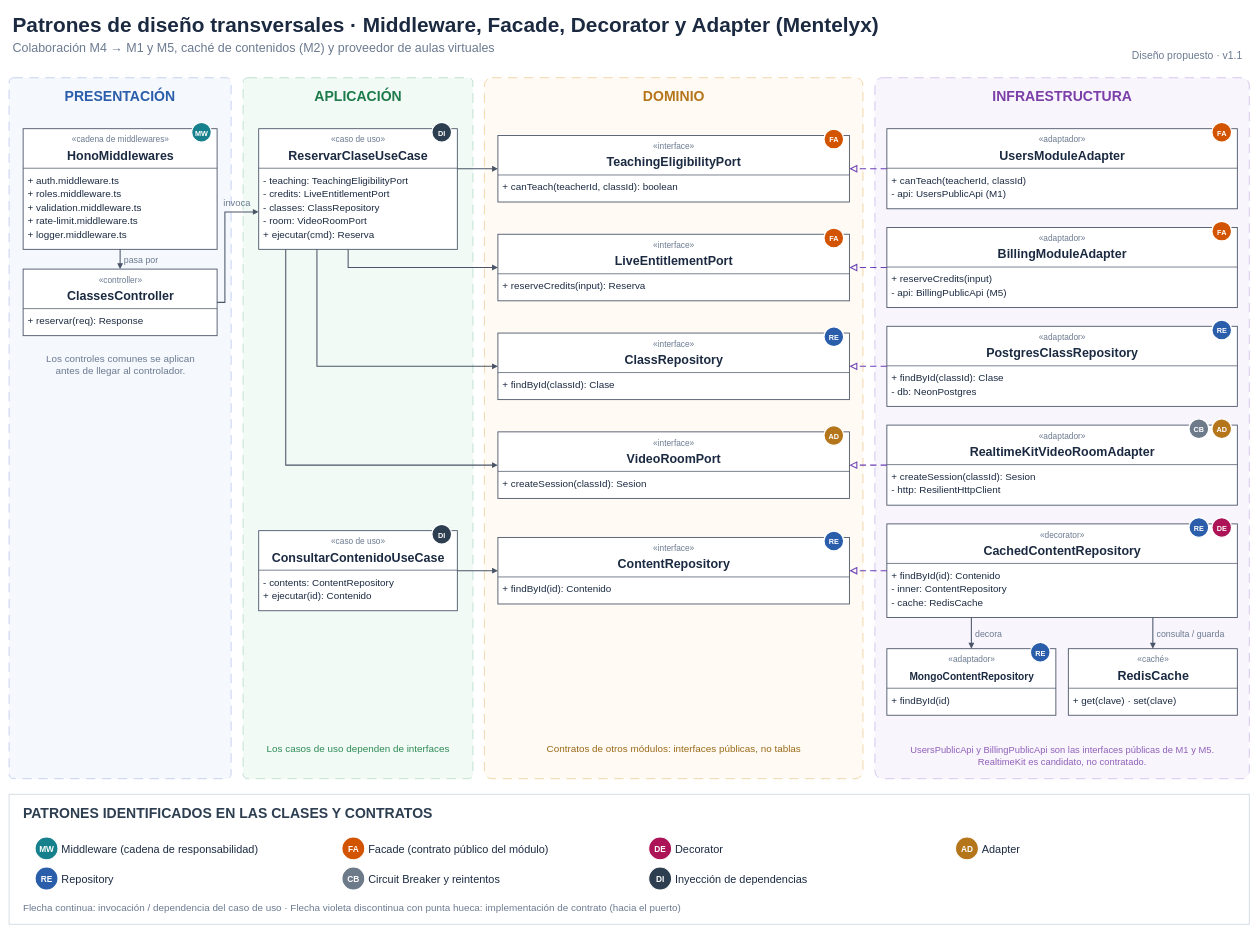
100robert/Mentelyx keeps this draw.io diagram as docs/img/fuente_drawio/patrones-diseno-transversales.drawio. Above is the earlier version. Source tidied: cells renumbered, new cells numbered last; positions are measured from the earlier drawing's top-left corner, leaving out a move shared by most shapes. Both pictures are drawn from the tidied source at 52%, with x=0, y=0 at pixel (9, 9).
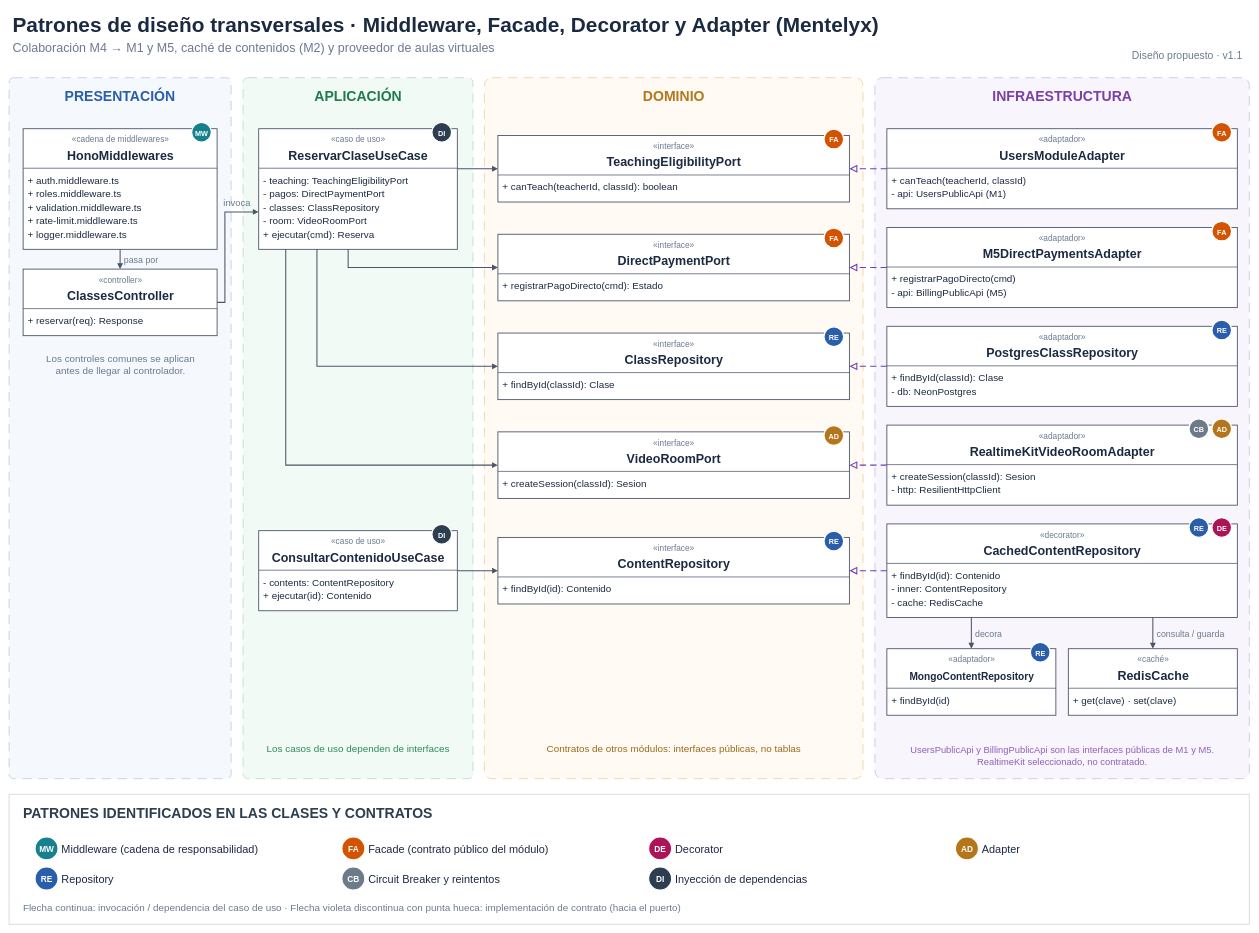
Above is the later version.

Unchanged cells that the change refers to:
```xml
<mxCell id="33" style="rounded=0;arcSize=2;whiteSpace=wrap;html=1;fillColor=#FFFFFF;strokeColor=#4A5568;strokeWidth=1.7;fontFamily=Arial;align=center;verticalAlign=middle;spacingLeft=0;spacingRight=0;spacingTop=0;spacingBottom=0;" parent="1" vertex="1">
  <mxGeometry x="480" y="230" width="382" height="232" as="geometry" />
</mxCell>
<mxCell id="62" style="rounded=0;arcSize=2;whiteSpace=wrap;html=1;fillColor=#FFFFFF;strokeColor=#4A5568;strokeWidth=1.7;fontFamily=Arial;align=center;verticalAlign=middle;spacingLeft=0;spacingRight=0;spacingTop=0;spacingBottom=0;" parent="1" vertex="1">
  <mxGeometry x="940" y="433" width="676" height="128" as="geometry" />
</mxCell>
<mxCell id="105" style="rounded=0;arcSize=2;whiteSpace=wrap;html=1;fillColor=#FFFFFF;strokeColor=#4A5568;strokeWidth=1.7;fontFamily=Arial;align=center;verticalAlign=middle;spacingLeft=0;spacingRight=0;spacingTop=0;spacingBottom=0;" parent="1" vertex="1">
  <mxGeometry x="1688" y="420" width="674" height="154" as="geometry" />
</mxCell>
```

Diff of the diagram source:
```diff
@@
-    <mxCell id="37" value="- credits: LiveEntitlementPort" style="text;html=1;strokeColor=none;fillColor=none;align=left;verticalAlign=middle;whiteSpace=nowrap;spacing=0;fontSize=19;fontStyle=0;fontColor=#1B2A41;fontFamily=Arial;" parent="33" vertex="1">
+    <mxCell id="37" value="- pagos: DirectPaymentPort" style="text;html=1;strokeColor=none;fillColor=none;align=left;verticalAlign=middle;whiteSpace=nowrap;spacing=0;fontSize=19;fontStyle=0;fontColor=#1B2A41;fontFamily=Arial;" parent="33" vertex="1">
       <mxGeometry x="9" y="112.1" width="256.9" height="28.5" as="geometry" />
     </mxCell>
@@
-    <mxCell id="64" value="LiveEntitlementPort" style="text;html=1;strokeColor=none;fillColor=none;align=center;verticalAlign=middle;whiteSpace=nowrap;spacing=0;fontSize=24;fontStyle=1;fontColor=#1B2A41;fontFamily=Arial;" parent="62" vertex="1">
+    <mxCell id="64" value="DirectPaymentPort" style="text;html=1;strokeColor=none;fillColor=none;align=center;verticalAlign=middle;whiteSpace=nowrap;spacing=0;fontSize=24;fontStyle=1;fontColor=#1B2A41;fontFamily=Arial;" parent="62" vertex="1">
       <mxGeometry x="217.6" y="33.8" width="240.7" height="36" as="geometry" />
     </mxCell>
-    <mxCell id="65" value="+ reserveCredits(input): Reserva" style="text;html=1;strokeColor=none;fillColor=none;align=left;verticalAlign=middle;whiteSpace=nowrap;spacing=0;fontSize=19;fontStyle=0;fontColor=#1B2A41;fontFamily=Arial;" parent="62" vertex="1">
+    <mxCell id="65" value="+ registrarPagoDirecto(cmd): Estado" style="text;html=1;strokeColor=none;fillColor=none;align=left;verticalAlign=middle;whiteSpace=nowrap;spacing=0;fontSize=19;fontStyle=0;fontColor=#1B2A41;fontFamily=Arial;" parent="62" vertex="1">
       <mxGeometry x="9" y="86" width="289.1" height="28.5" as="geometry" />
     </mxCell>
@@
-    <mxCell id="107" value="BillingModuleAdapter" style="text;html=1;strokeColor=none;fillColor=none;align=center;verticalAlign=middle;whiteSpace=nowrap;spacing=0;fontSize=24;fontStyle=1;fontColor=#1B2A41;fontFamily=Arial;" parent="105" vertex="1">
+    <mxCell id="107" value="M5DirectPaymentsAdapter" style="text;html=1;strokeColor=none;fillColor=none;align=center;verticalAlign=middle;whiteSpace=nowrap;spacing=0;fontSize=24;fontStyle=1;fontColor=#1B2A41;fontFamily=Arial;" parent="105" vertex="1">
       <mxGeometry x="206" y="33.8" width="262" height="36" as="geometry" />
     </mxCell>
-    <mxCell id="108" value="+ reserveCredits(input)" style="text;html=1;strokeColor=none;fillColor=none;align=left;verticalAlign=middle;whiteSpace=nowrap;spacing=0;fontSize=19;fontStyle=0;fontColor=#1B2A41;fontFamily=Arial;" parent="105" vertex="1">
+    <mxCell id="108" value="+ registrarPagoDirecto(cmd)" style="text;html=1;strokeColor=none;fillColor=none;align=left;verticalAlign=middle;whiteSpace=nowrap;spacing=0;fontSize=19;fontStyle=0;fontColor=#1B2A41;fontFamily=Arial;" parent="105" vertex="1">
       <mxGeometry x="9" y="86" width="207.8" height="28.5" as="geometry" />
     </mxCell>
@@
-    <mxCell id="163" value="RealtimeKit es candidato, no contratado." style="text;html=1;strokeColor=none;fillColor=none;align=center;verticalAlign=middle;whiteSpace=nowrap;spacing=0;fontSize=18;fontStyle=0;fontColor=#9060B8;fontFamily=Arial;" parent="1" vertex="1">
+    <mxCell id="163" value="RealtimeKit seleccionado, no contratado." style="text;html=1;strokeColor=none;fillColor=none;align=center;verticalAlign=middle;whiteSpace=nowrap;spacing=0;fontSize=18;fontStyle=0;fontColor=#9060B8;fontFamily=Arial;" parent="1" vertex="1">
       <mxGeometry x="1855.9" y="1434.1" width="338.2" height="27" as="geometry" />
     </mxCell>
```
